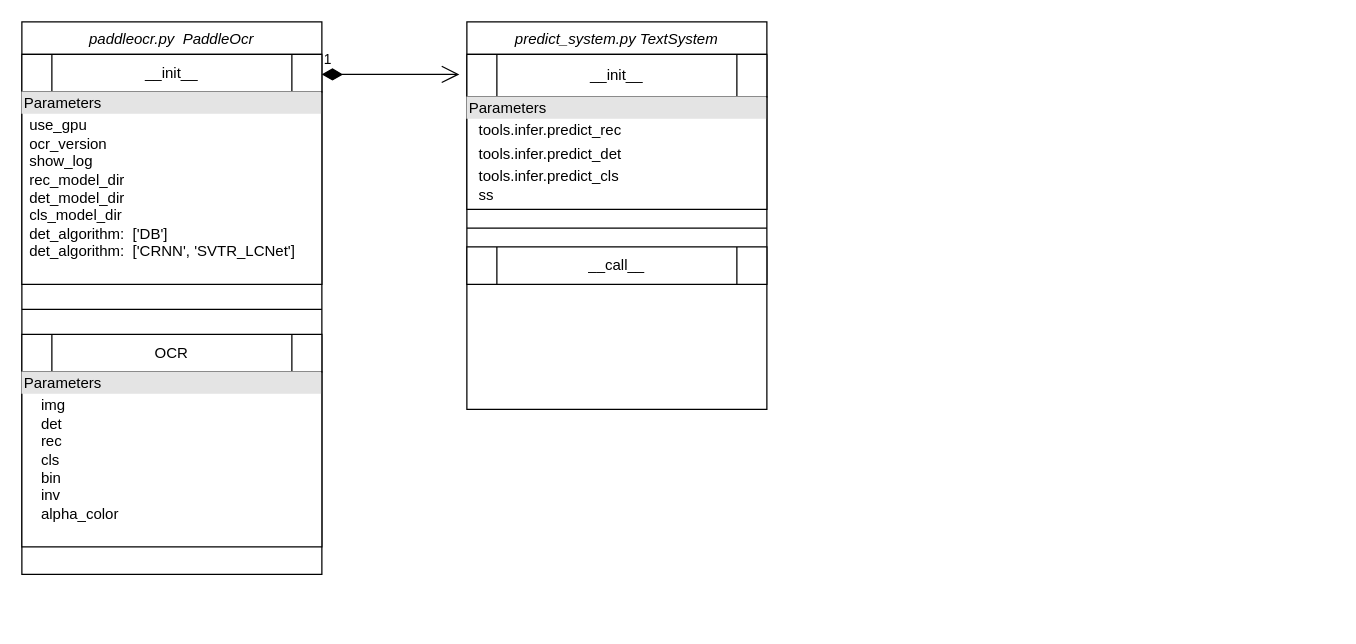
yajunsn/flow keeps this draw.io diagram as Untitled Diagram.drawio. Above is the earlier version. Source tidied: cells renumbered, new cells numbered last; positions are measured from the earlier drawing's top-left corner, leaving out a move shared by most shapes. Both pictures are drawn from the tidied source at 125%, with x=0, y=0 at pixel (21, 21).
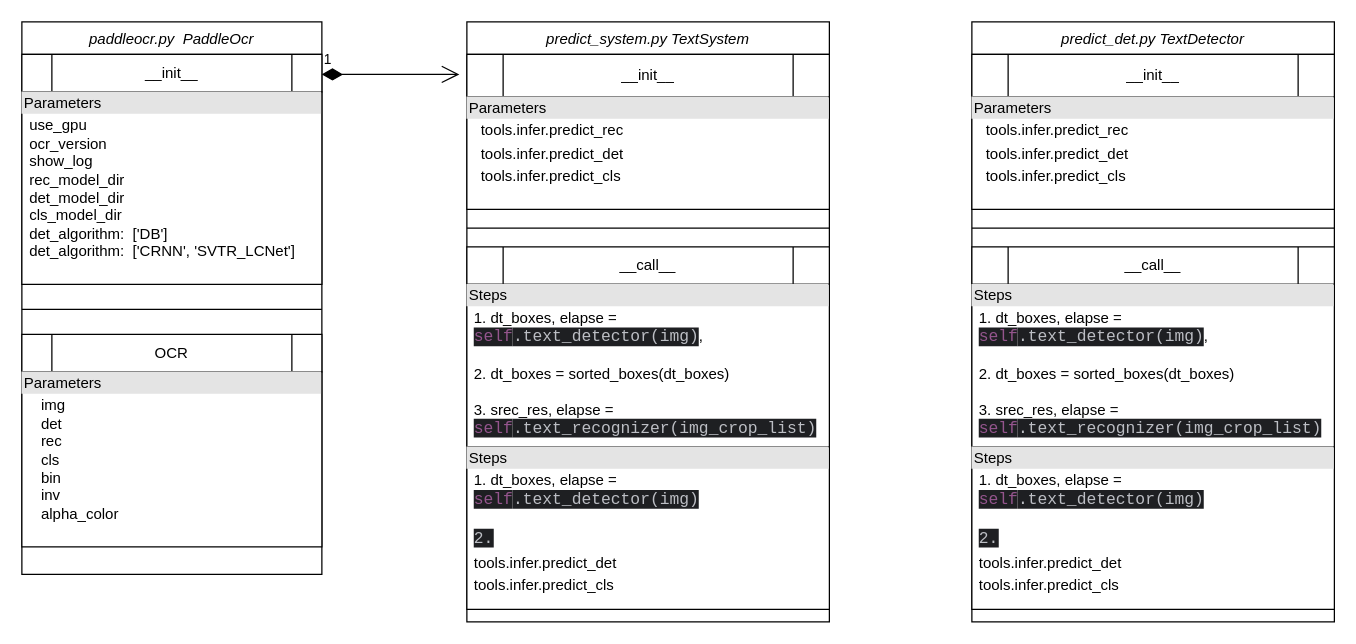
The same page after the edit.

What changed in the source:
```diff
@@
     <mxCell id="8" value="predict_system.py TextSystem" style="swimlane;fontStyle=2;align=center;verticalAlign=top;horizontal=1;startSize=26;rounded=0;shadow=0;strokeWidth=1;" parent="1" vertex="1">
-      <mxGeometry x="356" width="240" height="310" as="geometry" />
+      <mxGeometry x="356" width="290" height="480" as="geometry" />
     </mxCell>
     <mxCell id="9" value="&lt;span style=&quot;text-wrap: nowrap;&quot;&gt;__init__&lt;/span&gt;" style="shape=process;whiteSpace=wrap;html=1;backgroundOutline=1;" parent="8" vertex="1">
-      <mxGeometry y="26" width="240" height="34" as="geometry" />
+      <mxGeometry y="26" width="290" height="34" as="geometry" />
     </mxCell>
-    <mxCell id="10" value="&lt;div style=&quot;box-sizing:border-box;width:100%;background:#e4e4e4;padding:2px;&quot;&gt;Parameters&lt;/div&gt;&lt;table style=&quot;width:100%;font-size:1em;&quot; cellpadding=&quot;2&quot; cellspacing=&quot;0&quot;&gt;&lt;tbody&gt;&lt;tr&gt;&lt;td&gt;&lt;br&gt;&lt;/td&gt;&lt;td&gt;tools.infer.predict_rec&lt;/td&gt;&lt;/tr&gt;&lt;tr&gt;&lt;td&gt;&lt;br&gt;&lt;/td&gt;&lt;td&gt;tools.infer.predict_det&lt;/td&gt;&lt;/tr&gt;&lt;tr&gt;&lt;td&gt;&lt;/td&gt;&lt;td&gt;tools.infer.predict_cls&lt;br&gt;ss&lt;/td&gt;&lt;/tr&gt;&lt;/tbody&gt;&lt;/table&gt;" style="verticalAlign=top;align=left;overflow=fill;html=1;whiteSpace=wrap;" parent="8" vertex="1">
-      <mxGeometry y="60" width="240" height="90" as="geometry" />
+    <mxCell id="10" value="&lt;div style=&quot;box-sizing:border-box;width:100%;background:#e4e4e4;padding:2px;&quot;&gt;Parameters&lt;/div&gt;&lt;table style=&quot;width:100%;font-size:1em;&quot; cellpadding=&quot;2&quot; cellspacing=&quot;0&quot;&gt;&lt;tbody&gt;&lt;tr&gt;&lt;td&gt;&lt;br&gt;&lt;/td&gt;&lt;td&gt;tools.infer.predict_rec&lt;/td&gt;&lt;/tr&gt;&lt;tr&gt;&lt;td&gt;&lt;br&gt;&lt;/td&gt;&lt;td&gt;tools.infer.predict_det&lt;/td&gt;&lt;/tr&gt;&lt;tr&gt;&lt;td&gt;&lt;/td&gt;&lt;td&gt;tools.infer.predict_cls&lt;br&gt;&lt;/td&gt;&lt;/tr&gt;&lt;/tbody&gt;&lt;/table&gt;" style="verticalAlign=top;align=left;overflow=fill;html=1;whiteSpace=wrap;" parent="8" vertex="1">
+      <mxGeometry y="60" width="290" height="90" as="geometry" />
     </mxCell>
     <mxCell id="11" style="line;html=1;strokeWidth=1;align=left;verticalAlign=middle;spacingTop=-1;spacingLeft=3;spacingRight=3;labelPosition=right;" parent="8" vertex="1">
-      <mxGeometry y="150" width="240" height="30" as="geometry" />
+      <mxGeometry y="150" width="290" height="30" as="geometry" />
     </mxCell>
     <mxCell id="12" value="__call__" style="shape=process;whiteSpace=wrap;html=1;backgroundOutline=1;" parent="8" vertex="1">
-      <mxGeometry y="180" width="240" height="30" as="geometry" />
+      <mxGeometry y="180" width="290" height="30" as="geometry" />
     </mxCell>
+    <mxCell id="14" value="&lt;div style=&quot;box-sizing:border-box;width:100%;background:#e4e4e4;padding:2px;&quot;&gt;Steps&lt;/div&gt;&lt;table style=&quot;width:100%;font-size:1em;&quot; cellpadding=&quot;2&quot; cellspacing=&quot;0&quot;&gt;&lt;tbody&gt;&lt;tr&gt;&lt;td&gt;&lt;br&gt;&lt;/td&gt;&lt;td&gt;1. dt_boxes, elapse = &lt;span style=&quot;font-family: &amp;quot;JetBrains Mono&amp;quot;, monospace; font-size: 9.8pt; background-color: rgb(30, 31, 34); color: rgb(148, 85, 141);&quot;&gt;self&lt;/span&gt;&lt;span style=&quot;font-family: &amp;quot;JetBrains Mono&amp;quot;, monospace; font-size: 9.8pt; background-color: rgb(30, 31, 34); color: rgb(188, 190, 196);&quot;&gt;.text_detector(img)&lt;/span&gt;, &lt;br&gt;&lt;br&gt;2. dt_boxes = sorted_boxes(dt_boxes)&lt;br&gt;&lt;br&gt;3. srec_res, elapse = &lt;span style=&quot;font-family: &amp;quot;JetBrains Mono&amp;quot;, monospace; font-size: 9.8pt; background-color: rgb(30, 31, 34); color: rgb(148, 85, 141);&quot;&gt;self&lt;/span&gt;&lt;span style=&quot;font-family: &amp;quot;JetBrains Mono&amp;quot;, monospace; font-size: 9.8pt; background-color: rgb(30, 31, 34); color: rgb(188, 190, 196);&quot;&gt;.text_recognizer(img_crop_list)&lt;/span&gt;&lt;/td&gt;&lt;/tr&gt;&lt;tr&gt;&lt;td&gt;&lt;br&gt;&lt;/td&gt;&lt;td&gt;&lt;br&gt;&lt;/td&gt;&lt;/tr&gt;&lt;/tbody&gt;&lt;/table&gt;" style="verticalAlign=top;align=left;overflow=fill;html=1;whiteSpace=wrap;" parent="8" vertex="1">
+      <mxGeometry y="210" width="290" height="130" as="geometry" />
+    </mxCell>
+    <mxCell id="15" value="&lt;div style=&quot;box-sizing:border-box;width:100%;background:#e4e4e4;padding:2px;&quot;&gt;Steps&lt;/div&gt;&lt;table style=&quot;width:100%;font-size:1em;&quot; cellpadding=&quot;2&quot; cellspacing=&quot;0&quot;&gt;&lt;tbody&gt;&lt;tr&gt;&lt;td&gt;&lt;br&gt;&lt;/td&gt;&lt;td&gt;1. dt_boxes, elapse = &lt;span style=&quot;font-family: &amp;quot;JetBrains Mono&amp;quot;, monospace; font-size: 9.8pt; background-color: rgb(30, 31, 34); color: rgb(148, 85, 141);&quot;&gt;self&lt;/span&gt;&lt;span style=&quot;font-family: &amp;quot;JetBrains Mono&amp;quot;, monospace; font-size: 9.8pt; background-color: rgb(30, 31, 34); color: rgb(188, 190, 196);&quot;&gt;.text_detector(img)&lt;br&gt;&lt;br&gt;2.&lt;/span&gt;&lt;/td&gt;&lt;/tr&gt;&lt;tr&gt;&lt;td&gt;&lt;br&gt;&lt;/td&gt;&lt;td&gt;tools.infer.predict_det&lt;/td&gt;&lt;/tr&gt;&lt;tr&gt;&lt;td&gt;&lt;/td&gt;&lt;td&gt;tools.infer.predict_cls&lt;br&gt;&lt;/td&gt;&lt;/tr&gt;&lt;/tbody&gt;&lt;/table&gt;" style="verticalAlign=top;align=left;overflow=fill;html=1;whiteSpace=wrap;" parent="8" vertex="1">
+      <mxGeometry y="340" width="290" height="130" as="geometry" />
+    </mxCell>
@@
+    <mxCell id="16" value="predict_det.py TextDetector" style="swimlane;fontStyle=2;align=center;verticalAlign=top;horizontal=1;startSize=26;rounded=0;shadow=0;strokeWidth=1;" parent="1" vertex="1">
+      <mxGeometry x="760" width="290" height="480" as="geometry" />
+    </mxCell>
+    <mxCell id="17" value="&lt;span style=&quot;text-wrap: nowrap;&quot;&gt;__init__&lt;/span&gt;" style="shape=process;whiteSpace=wrap;html=1;backgroundOutline=1;" parent="16" vertex="1">
+      <mxGeometry y="26" width="290" height="34" as="geometry" />
+    </mxCell>
+    <mxCell id="18" value="&lt;div style=&quot;box-sizing:border-box;width:100%;background:#e4e4e4;padding:2px;&quot;&gt;Parameters&lt;/div&gt;&lt;table style=&quot;width:100%;font-size:1em;&quot; cellpadding=&quot;2&quot; cellspacing=&quot;0&quot;&gt;&lt;tbody&gt;&lt;tr&gt;&lt;td&gt;&lt;br&gt;&lt;/td&gt;&lt;td&gt;tools.infer.predict_rec&lt;/td&gt;&lt;/tr&gt;&lt;tr&gt;&lt;td&gt;&lt;br&gt;&lt;/td&gt;&lt;td&gt;tools.infer.predict_det&lt;/td&gt;&lt;/tr&gt;&lt;tr&gt;&lt;td&gt;&lt;/td&gt;&lt;td&gt;tools.infer.predict_cls&lt;br&gt;&lt;/td&gt;&lt;/tr&gt;&lt;/tbody&gt;&lt;/table&gt;" style="verticalAlign=top;align=left;overflow=fill;html=1;whiteSpace=wrap;" parent="16" vertex="1">
+      <mxGeometry y="60" width="290" height="90" as="geometry" />
+    </mxCell>
+    <mxCell id="19" style="line;html=1;strokeWidth=1;align=left;verticalAlign=middle;spacingTop=-1;spacingLeft=3;spacingRight=3;labelPosition=right;" parent="16" vertex="1">
+      <mxGeometry y="150" width="290" height="30" as="geometry" />
+    </mxCell>
+    <mxCell id="20" value="__call__" style="shape=process;whiteSpace=wrap;html=1;backgroundOutline=1;" parent="16" vertex="1">
+      <mxGeometry y="180" width="290" height="30" as="geometry" />
+    </mxCell>
+    <mxCell id="21" value="&lt;div style=&quot;box-sizing:border-box;width:100%;background:#e4e4e4;padding:2px;&quot;&gt;Steps&lt;/div&gt;&lt;table style=&quot;width:100%;font-size:1em;&quot; cellpadding=&quot;2&quot; cellspacing=&quot;0&quot;&gt;&lt;tbody&gt;&lt;tr&gt;&lt;td&gt;&lt;br&gt;&lt;/td&gt;&lt;td&gt;1. dt_boxes, elapse = &lt;span style=&quot;font-family: &amp;quot;JetBrains Mono&amp;quot;, monospace; font-size: 9.8pt; background-color: rgb(30, 31, 34); color: rgb(148, 85, 141);&quot;&gt;self&lt;/span&gt;&lt;span style=&quot;font-family: &amp;quot;JetBrains Mono&amp;quot;, monospace; font-size: 9.8pt; background-color: rgb(30, 31, 34); color: rgb(188, 190, 196);&quot;&gt;.text_detector(img)&lt;/span&gt;, &lt;br&gt;&lt;br&gt;2. dt_boxes = sorted_boxes(dt_boxes)&lt;br&gt;&lt;br&gt;3. srec_res, elapse = &lt;span style=&quot;font-family: &amp;quot;JetBrains Mono&amp;quot;, monospace; font-size: 9.8pt; background-color: rgb(30, 31, 34); color: rgb(148, 85, 141);&quot;&gt;self&lt;/span&gt;&lt;span style=&quot;font-family: &amp;quot;JetBrains Mono&amp;quot;, monospace; font-size: 9.8pt; background-color: rgb(30, 31, 34); color: rgb(188, 190, 196);&quot;&gt;.text_recognizer(img_crop_list)&lt;/span&gt;&lt;/td&gt;&lt;/tr&gt;&lt;tr&gt;&lt;td&gt;&lt;br&gt;&lt;/td&gt;&lt;td&gt;&lt;br&gt;&lt;/td&gt;&lt;/tr&gt;&lt;/tbody&gt;&lt;/table&gt;" style="verticalAlign=top;align=left;overflow=fill;html=1;whiteSpace=wrap;" parent="16" vertex="1">
+      <mxGeometry y="210" width="290" height="130" as="geometry" />
+    </mxCell>
+    <mxCell id="22" value="&lt;div style=&quot;box-sizing:border-box;width:100%;background:#e4e4e4;padding:2px;&quot;&gt;Steps&lt;/div&gt;&lt;table style=&quot;width:100%;font-size:1em;&quot; cellpadding=&quot;2&quot; cellspacing=&quot;0&quot;&gt;&lt;tbody&gt;&lt;tr&gt;&lt;td&gt;&lt;br&gt;&lt;/td&gt;&lt;td&gt;1. dt_boxes, elapse = &lt;span style=&quot;font-family: &amp;quot;JetBrains Mono&amp;quot;, monospace; font-size: 9.8pt; background-color: rgb(30, 31, 34); color: rgb(148, 85, 141);&quot;&gt;self&lt;/span&gt;&lt;span style=&quot;font-family: &amp;quot;JetBrains Mono&amp;quot;, monospace; font-size: 9.8pt; background-color: rgb(30, 31, 34); color: rgb(188, 190, 196);&quot;&gt;.text_detector(img)&lt;br&gt;&lt;br&gt;2.&lt;/span&gt;&lt;/td&gt;&lt;/tr&gt;&lt;tr&gt;&lt;td&gt;&lt;br&gt;&lt;/td&gt;&lt;td&gt;tools.infer.predict_det&lt;/td&gt;&lt;/tr&gt;&lt;tr&gt;&lt;td&gt;&lt;/td&gt;&lt;td&gt;tools.infer.predict_cls&lt;br&gt;&lt;/td&gt;&lt;/tr&gt;&lt;/tbody&gt;&lt;/table&gt;" style="verticalAlign=top;align=left;overflow=fill;html=1;whiteSpace=wrap;" parent="16" vertex="1">
+      <mxGeometry y="340" width="290" height="130" as="geometry" />
+    </mxCell>
```
